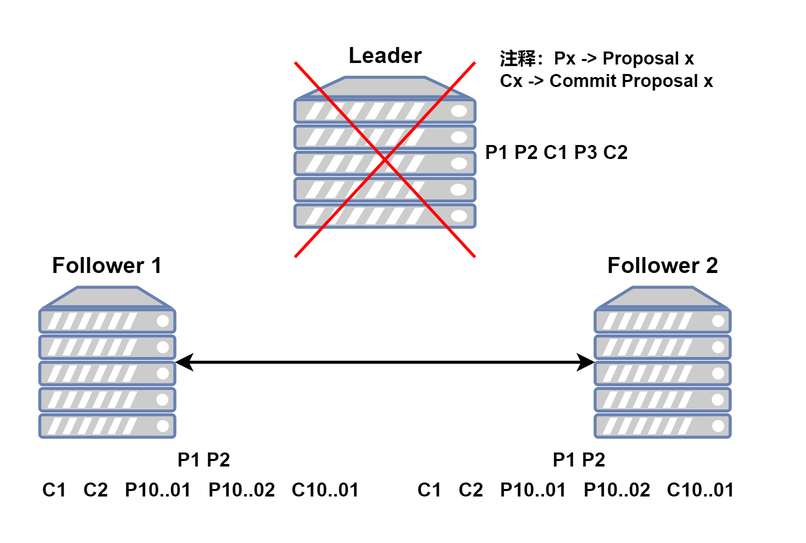
Earlier version of the draw.io export rpc/zkerr2.png (maling-one/img). Source tidied: cells renumbered, new cells last; positions are measured from the earlier drawing's top-left corner, leaving out a move shared by most shapes.
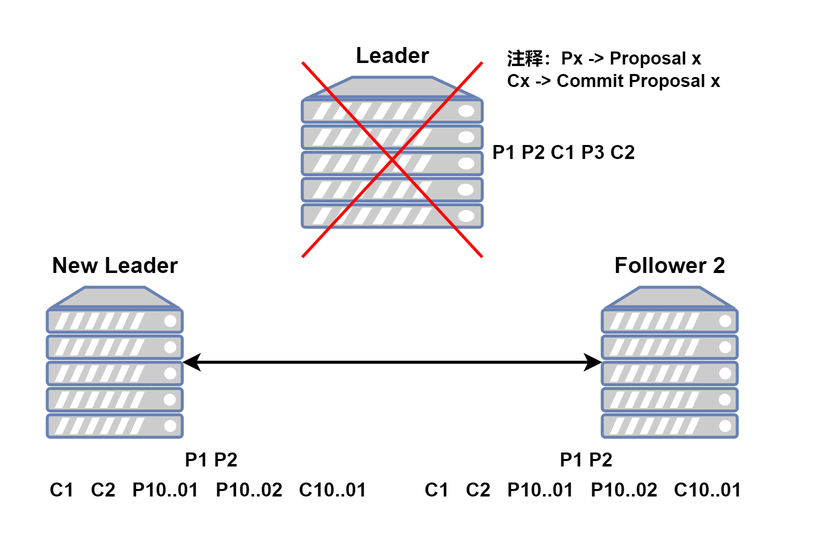
After the change.

Change to the diagram source:
```diff
@@ -17,8 +17,8 @@
     <mxCell id="6" value="&lt;font style=&quot;font-size: 15px&quot;&gt;&lt;b&gt;Leader&lt;/b&gt;&lt;/font&gt;" style="text;html=1;align=center;verticalAlign=middle;strokeColor=none;" parent="1" vertex="1">
       <mxGeometry x="200" width="70" height="30" as="geometry" />
     </mxCell>
-    <mxCell id="7" value="&lt;font style=&quot;font-size: 15px&quot;&gt;&lt;b&gt;Follower 1&lt;/b&gt;&lt;/font&gt;" style="text;html=1;align=center;verticalAlign=middle;strokeColor=none;" parent="1" vertex="1">
-      <mxGeometry y="140" width="100" height="30" as="geometry" />
+    <mxCell id="7" value="&lt;span style=&quot;font-size: 15px&quot;&gt;&lt;b&gt;New Leader&lt;/b&gt;&lt;/span&gt;" style="text;html=1;align=center;verticalAlign=middle;strokeColor=none;" parent="1" vertex="1">
+      <mxGeometry x="-5" y="140" width="110" height="30" as="geometry" />
     </mxCell>
     <mxCell id="8" value="&lt;font style=&quot;font-size: 15px&quot;&gt;&lt;b&gt;Follower 2&lt;/b&gt;&lt;/font&gt;" style="text;html=1;align=center;verticalAlign=middle;strokeColor=none;" parent="1" vertex="1">
       <mxGeometry x="370" y="140" width="100" height="30" as="geometry" />
```
